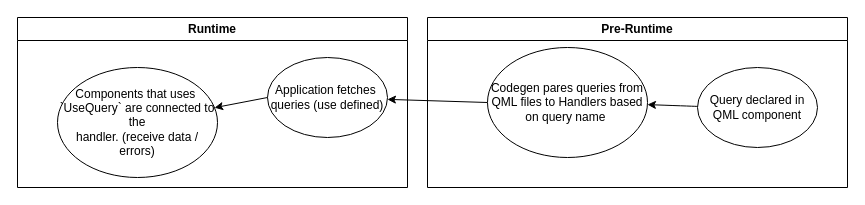
Before: Untitled Diagram.drawio in qtgql/qtgql, a draw.io diagram. Source tidied: cells renumbered, new cells numbered last; positions are measured from the earlier drawing's top-left corner, leaving out a move shared by most shapes. Both pictures are drawn from the tidied source at 100%, with x=0, y=0 at pixel (17, 17).
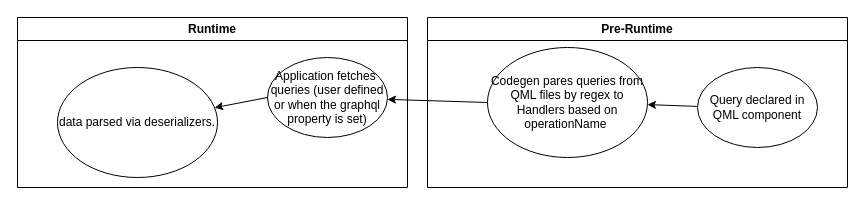
The same page after the edit.

Diff of the diagram source:
```diff
@@
 <mxGraphModel>
   <root>
     <mxCell id="0" />
     <mxCell id="1" parent="0" />
     <mxCell id="2" style="endArrow=classic;html=1;rounded=0;exitX=0;exitY=0.5;exitDx=0;exitDy=0;" parent="1" edge="1" source="4" target="8">
       <mxGeometry relative="1" as="geometry" />
     </mxCell>
     <mxCell id="3" value="Pre-Runtime" style="swimlane;whiteSpace=wrap;html=1;" parent="1" vertex="1">
       <mxGeometry x="410" width="420" height="170" as="geometry" />
     </mxCell>
-    <mxCell id="4" value="Codegen pares queries from QML files to Handlers based on query name&amp;nbsp;" style="ellipse;whiteSpace=wrap;html=1;" parent="3" vertex="1">
+    <mxCell id="4" value="Codegen pares queries from QML files by regex to Handlers based on operationName&amp;nbsp;" style="ellipse;whiteSpace=wrap;html=1;" parent="3" vertex="1">
       <mxGeometry x="60" y="30" width="160" height="110" as="geometry" />
     </mxCell>
     <mxCell id="5" value="Query declared in QML component" style="ellipse;whiteSpace=wrap;html=1;" parent="3" vertex="1">
       <mxGeometry x="270" y="50" width="120" height="80" as="geometry" />
     </mxCell>
     <mxCell id="6" style="curved=1;endArrow=classic;html=1;rounded=0;startArrow=none;" parent="3" edge="1" source="5" target="4">
       <mxGeometry relative="1" as="geometry" />
     </mxCell>
     <mxCell id="7" value="Runtime" style="swimlane;whiteSpace=wrap;html=1;" parent="1" vertex="1">
       <mxGeometry width="390" height="170" as="geometry" />
     </mxCell>
-    <mxCell id="8" value="Application fetches&amp;nbsp;&lt;br&gt;queries (use defined)" style="ellipse;whiteSpace=wrap;html=1;" parent="7" vertex="1">
+    <mxCell id="8" value="Application fetches&amp;nbsp;&lt;br&gt;queries (user defined or when the graphql property is set)" style="ellipse;whiteSpace=wrap;html=1;" parent="7" vertex="1">
       <mxGeometry x="250" y="40" width="120" height="80" as="geometry" />
     </mxCell>
-    <mxCell id="9" value="Components that uses&amp;nbsp;&lt;br&gt;`UseQuery` are connected to the&lt;br&gt;handler. (receive data / errors)" style="ellipse;whiteSpace=wrap;html=1;" parent="7" vertex="1">
+    <mxCell id="9" value="data parsed via deserializers." style="ellipse;whiteSpace=wrap;html=1;" parent="7" vertex="1">
       <mxGeometry x="40" y="50" width="160" height="110" as="geometry" />
     </mxCell>
     <mxCell id="10" style="endArrow=classic;html=1;rounded=0;exitX=0;exitY=0.5;exitDx=0;exitDy=0;" parent="7" edge="1" source="8" target="9">
       <mxGeometry relative="1" as="geometry" />
     </mxCell>
   </root>
 </mxGraphModel>
```
